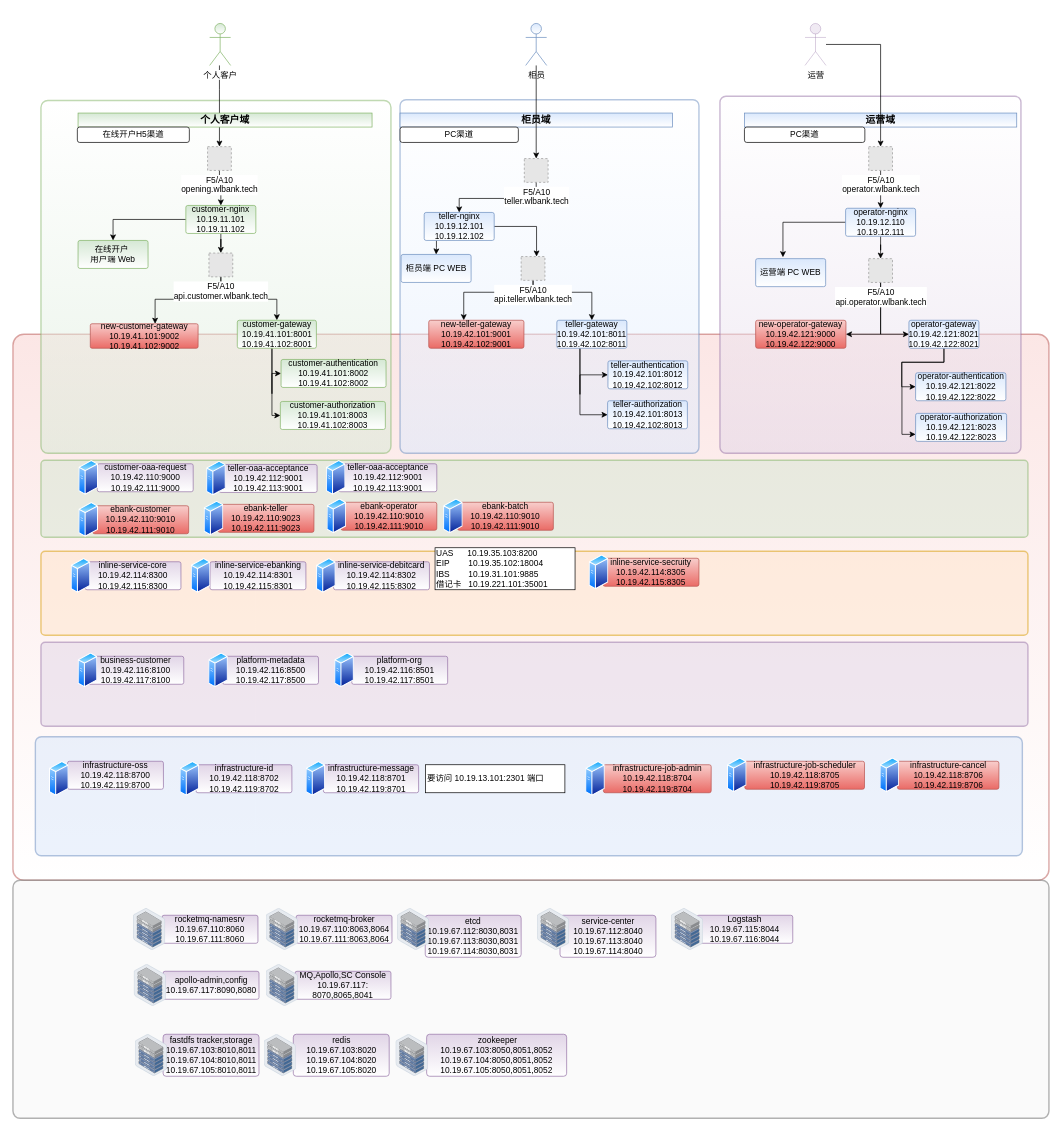
This is 在线开户布署.drawio from sam1982/draw, a draw.io file, before an edit. Source tidied: cells renumbered, new cells numbered last; positions are measured from the earlier drawing's top-left corner, leaving out a move shared by most shapes. Both pictures are drawn from the tidied source at 70%, with x=0, y=0 at pixel (13, 23). Pictures stored in the file or linked from it are replaced by grey dashed boxes.
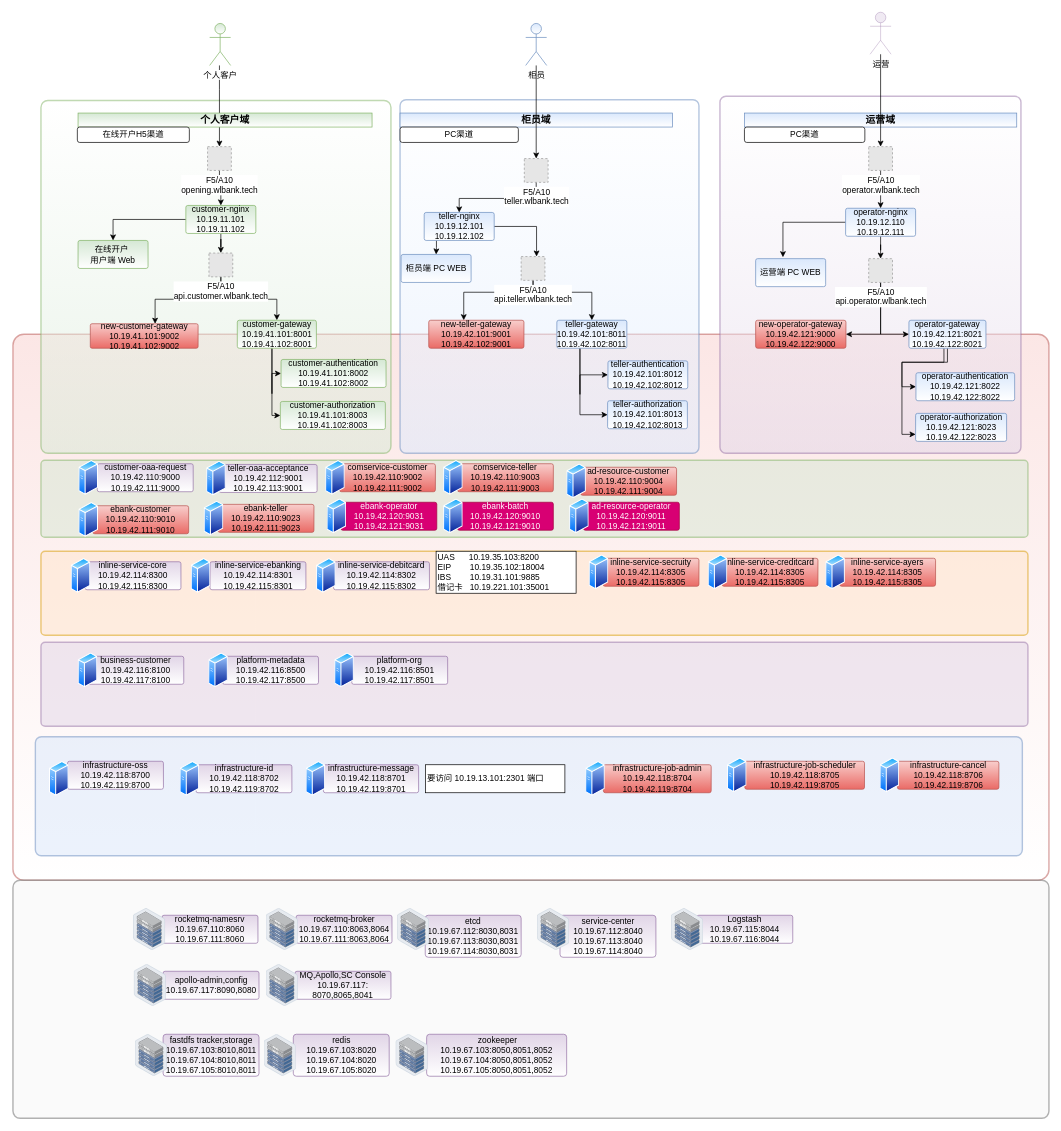
The same diagram, later.

Commit message:
更新在线开户布署.drawio

Change to the diagram source:
```diff
@@
     <mxCell id="9" value="运营" style="shape=umlActor;verticalLabelPosition=bottom;labelBackgroundColor=#ffffff;verticalAlign=top;html=1;outlineConnect=0;strokeWidth=1;opacity=50;fillColor=#e1d5e7;strokeColor=#9673a6;" parent="1" vertex="1">
-      <mxGeometry x="1131.5" width="30" height="60" as="geometry" />
+      <mxGeometry x="1224.5" y="-16" width="30" height="60" as="geometry" />
     </mxCell>
@@
     <mxCell id="55" value="&lt;span&gt;operator-gateway&lt;/span&gt;&lt;br&gt;&lt;span&gt;10.19.42.121:8021&lt;br&gt;&lt;/span&gt;10.19.42.122:8021&lt;br&gt;" style="rounded=1;whiteSpace=wrap;html=1;arcSize=7;fillColor=#dae8fc;strokeColor=#6c8ebf;gradientColor=#ffffff;" parent="1" vertex="1">
-      <mxGeometry x="1280" y="424" width="100" height="40" as="geometry" />
+      <mxGeometry x="1280" y="424" width="110" height="40" as="geometry" />
     </mxCell>
     <mxCell id="56" value="operator-&lt;span&gt;authentication&lt;/span&gt;&lt;br&gt;10.19.42.121:8022&lt;br&gt;10.19.42.122:8022" style="rounded=1;whiteSpace=wrap;html=1;arcSize=7;fillColor=#dae8fc;strokeColor=#6c8ebf;gradientColor=#ffffff;" parent="1" vertex="1">
-      <mxGeometry x="1289.5" y="499" width="129" height="40" as="geometry" />
+      <mxGeometry x="1290" y="499" width="141" height="40" as="geometry" />
     </mxCell>
@@
     <mxCell id="107" value="&lt;div style=&quot;text-align: left&quot;&gt;&lt;span&gt;UAS&amp;nbsp; &amp;nbsp; &amp;nbsp; 10.19.35.103:8200&amp;nbsp; &amp;nbsp; &amp;nbsp;&amp;nbsp;&lt;/span&gt;&lt;/div&gt;EIP&amp;nbsp; &amp;nbsp; &amp;nbsp; &amp;nbsp; 10.19.35.102:18004&amp;nbsp; &amp;nbsp; &amp;nbsp;&lt;br&gt;IBS&amp;nbsp; &amp;nbsp; &amp;nbsp; &amp;nbsp; 10.19.31.101:9885&amp;nbsp; &amp;nbsp; &lt;br&gt;&lt;div style=&quot;text-align: left&quot;&gt;&lt;span&gt;借记卡&amp;nbsp; &amp;nbsp;10.19.221.101:35001&lt;/span&gt;&lt;/div&gt;" style="rounded=0;whiteSpace=wrap;html=1;align=left;" parent="1" vertex="1">
-      <mxGeometry x="603" y="749" width="200" height="60" as="geometry" />
+      <mxGeometry x="604.5" y="754" width="200" height="60" as="geometry" />
     </mxCell>
@@
-    <mxCell id="118" value="&lt;span&gt;teller-oaa-acceptance&lt;/span&gt;&lt;br&gt;&lt;span&gt;10.19.42.112:9001&lt;br&gt;&lt;/span&gt;10.19.42.113:9001&lt;br&gt;" style="rounded=1;whiteSpace=wrap;html=1;arcSize=7;fillColor=#e1d5e7;strokeColor=#9673a6;gradientColor=#ffffff;" parent="1" vertex="1">
-      <mxGeometry x="465.5" y="629" width="140" height="40" as="geometry" />
-    </mxCell>
-    <mxCell id="119" style="perimeter=ellipsePerimeter;html=1;align=center;shadow=0;dashed=0;spacingTop=3;image;image=img/lib/active_directory/generic_server.svg;strokeWidth=2;gradientColor=#ffffff;" parent="1" vertex="1">
-      <mxGeometry x="447.5" y="624" width="28" height="50" as="geometry" />
-    </mxCell>
@@
-    <mxCell id="126" value="&lt;span&gt;&lt;/span&gt;ebank-operator&lt;br&gt;&lt;span&gt;10.19.42.110&lt;/span&gt;&lt;span&gt;:9010&lt;br&gt;&lt;/span&gt;&lt;span&gt;10.19.42.111&lt;/span&gt;:9010" style="rounded=1;whiteSpace=wrap;html=1;arcSize=7;fillColor=#f8cecc;strokeColor=#b85450;gradientColor=#ea6b66;" parent="1" vertex="1">
+    <mxCell id="126" value="&lt;span&gt;&lt;/span&gt;ebank-operator&lt;br&gt;&lt;span&gt;10.19.42.120&lt;/span&gt;&lt;span&gt;:9031&lt;br&gt;&lt;/span&gt;&lt;span&gt;10.19.42.121&lt;/span&gt;:9031" style="rounded=1;whiteSpace=wrap;html=1;arcSize=7;fillColor=#d80073;strokeColor=#A50040;fontColor=#ffffff;" parent="1" vertex="1">
       <mxGeometry x="468.5" y="684" width="137" height="40" as="geometry" />
     </mxCell>
@@
-    <mxCell id="128" value="&lt;span&gt;&lt;/span&gt;ebank-batch&lt;br&gt;&lt;span&gt;10.19.42.110&lt;/span&gt;&lt;span&gt;:9010&lt;br&gt;&lt;/span&gt;&lt;span&gt;10.19.42.111&lt;/span&gt;:9010" style="rounded=1;whiteSpace=wrap;html=1;arcSize=7;fillColor=#f8cecc;strokeColor=#b85450;gradientColor=#ea6b66;" parent="1" vertex="1">
+    <mxCell id="128" value="&lt;span&gt;&lt;/span&gt;ebank-batch&lt;br&gt;&lt;span&gt;10.19.42.120&lt;/span&gt;&lt;span&gt;:9010&lt;br&gt;&lt;/span&gt;&lt;span&gt;10.19.42.121&lt;/span&gt;:9010" style="rounded=1;whiteSpace=wrap;html=1;arcSize=7;fillColor=#d80073;strokeColor=#A50040;fontColor=#ffffff;" parent="1" vertex="1">
       <mxGeometry x="635" y="684" width="137" height="40" as="geometry" />
     </mxCell>
@@
+    <mxCell id="130" value="&lt;span&gt;&lt;/span&gt;comservice-customer&lt;br&gt;&lt;span&gt;10.19.42.110&lt;/span&gt;&lt;span&gt;:9002&lt;br&gt;&lt;/span&gt;&lt;span&gt;10.19.42.111&lt;/span&gt;:9002" style="rounded=1;whiteSpace=wrap;html=1;arcSize=7;fillColor=#f8cecc;strokeColor=#b85450;gradientColor=#ea6b66;" parent="1" vertex="1">
+      <mxGeometry x="466.5" y="629" width="137" height="40" as="geometry" />
+    </mxCell>
+    <mxCell id="131" style="perimeter=ellipsePerimeter;html=1;align=center;shadow=0;dashed=0;spacingTop=3;image;image=img/lib/active_directory/generic_server.svg;strokeWidth=2;gradientColor=#ffffff;" parent="1" vertex="1">
+      <mxGeometry x="446.5" y="624" width="28" height="50" as="geometry" />
+    </mxCell>
+    <mxCell id="132" value="&lt;span&gt;&lt;/span&gt;comservice-teller&lt;br&gt;&lt;span&gt;10.19.42.110&lt;/span&gt;&lt;span&gt;:9003&lt;br&gt;&lt;/span&gt;&lt;span&gt;10.19.42.111&lt;/span&gt;:9003" style="rounded=1;whiteSpace=wrap;html=1;arcSize=7;fillColor=#f8cecc;strokeColor=#b85450;gradientColor=#ea6b66;" parent="1" vertex="1">
+      <mxGeometry x="635" y="629" width="137" height="40" as="geometry" />
+    </mxCell>
+    <mxCell id="133" style="perimeter=ellipsePerimeter;html=1;align=center;shadow=0;dashed=0;spacingTop=3;image;image=img/lib/active_directory/generic_server.svg;strokeWidth=2;gradientColor=#ffffff;" parent="1" vertex="1">
+      <mxGeometry x="615" y="624" width="28" height="50" as="geometry" />
+    </mxCell>
+    <mxCell id="134" value="&lt;span&gt;&lt;/span&gt;ad-resource-customer&lt;br&gt;&lt;span&gt;10.19.42.110&lt;/span&gt;&lt;span&gt;:9004&lt;br&gt;&lt;/span&gt;&lt;span&gt;10.19.42.111&lt;/span&gt;:9004" style="rounded=1;whiteSpace=wrap;html=1;arcSize=7;fillColor=#f8cecc;strokeColor=#b85450;gradientColor=#ea6b66;" parent="1" vertex="1">
+      <mxGeometry x="811" y="634" width="137" height="40" as="geometry" />
+    </mxCell>
+    <mxCell id="135" style="perimeter=ellipsePerimeter;html=1;align=center;shadow=0;dashed=0;spacingTop=3;image;image=img/lib/active_directory/generic_server.svg;strokeWidth=2;gradientColor=#ffffff;" parent="1" vertex="1">
+      <mxGeometry x="791" y="629" width="28" height="50" as="geometry" />
+    </mxCell>
+    <mxCell id="136" value="&lt;span&gt;&lt;/span&gt;ad-resource-operator&lt;br&gt;&lt;span&gt;10.19.42.120&lt;/span&gt;&lt;span&gt;:9011&lt;br&gt;&lt;/span&gt;&lt;span&gt;10.19.42.121&lt;/span&gt;:9011" style="rounded=1;whiteSpace=wrap;html=1;arcSize=7;fillColor=#d80073;strokeColor=#A50040;fontColor=#ffffff;" parent="1" vertex="1">
+      <mxGeometry x="815" y="684" width="137" height="40" as="geometry" />
+    </mxCell>
+    <mxCell id="137" style="perimeter=ellipsePerimeter;html=1;align=center;shadow=0;dashed=0;spacingTop=3;image;image=img/lib/active_directory/generic_server.svg;strokeWidth=2;gradientColor=#ffffff;" parent="1" vertex="1">
+      <mxGeometry x="795" y="679" width="28" height="50" as="geometry" />
+    </mxCell>
+    <mxCell id="138" value="&lt;span&gt;inline-service-creditcard&lt;/span&gt;&lt;br&gt;&lt;span&gt;10.19.42.114&lt;/span&gt;&lt;span&gt;:8305&lt;br&gt;&lt;/span&gt;&lt;span&gt;10.19.42.115&lt;/span&gt;:8305" style="rounded=1;whiteSpace=wrap;html=1;arcSize=7;fillColor=#f8cecc;strokeColor=#b85450;gradientColor=#ea6b66;" parent="1" vertex="1">
+      <mxGeometry x="1013" y="764" width="137" height="40" as="geometry" />
+    </mxCell>
+    <mxCell id="139" style="perimeter=ellipsePerimeter;html=1;align=center;shadow=0;dashed=0;spacingTop=3;image;image=img/lib/active_directory/generic_server.svg;strokeWidth=2;gradientColor=#ffffff;" parent="1" vertex="1">
+      <mxGeometry x="993" y="759" width="28" height="50" as="geometry" />
+    </mxCell>
+    <mxCell id="140" value="&lt;span&gt;inline-service-ayers&lt;/span&gt;&lt;br&gt;&lt;span&gt;10.19.42.114&lt;/span&gt;&lt;span&gt;:8305&lt;br&gt;&lt;/span&gt;&lt;span&gt;10.19.42.115&lt;/span&gt;:8305" style="rounded=1;whiteSpace=wrap;html=1;arcSize=7;fillColor=#f8cecc;strokeColor=#b85450;gradientColor=#ea6b66;" parent="1" vertex="1">
+      <mxGeometry x="1181" y="764" width="137" height="40" as="geometry" />
+    </mxCell>
+    <mxCell id="141" style="perimeter=ellipsePerimeter;html=1;align=center;shadow=0;dashed=0;spacingTop=3;image;image=img/lib/active_directory/generic_server.svg;strokeWidth=2;gradientColor=#ffffff;" parent="1" vertex="1">
+      <mxGeometry x="1161" y="759" width="28" height="50" as="geometry" />
+    </mxCell>
```
